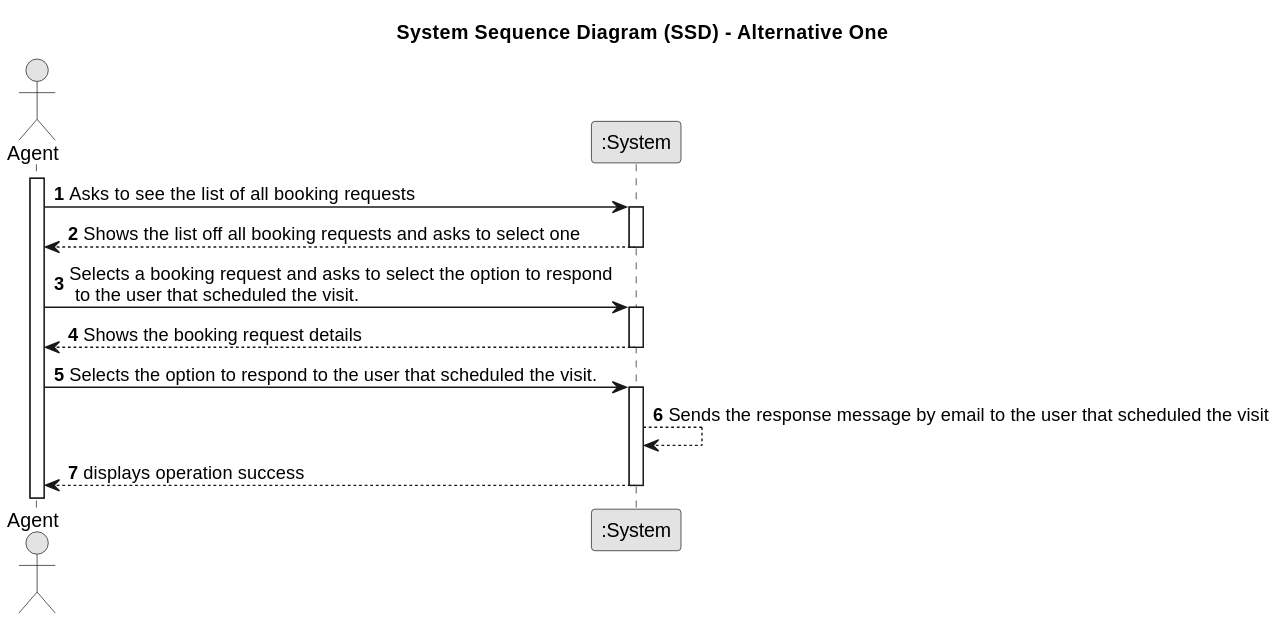
The PlantUML diagram docs/sprintD/us016/01.requirements-engineering/svg/us016-system-sequence-diagram.svg in 1220812/LAPR2, before a commit. Its diagram source:
```plantuml
@startuml
skinparam monochrome true
skinparam packageStyle rectangle
skinparam shadowing false

title System Sequence Diagram (SSD) - Alternative One

autonumber

actor "Agent" as Employee
participant ":System" as System

activate Employee

    Employee -> System : Asks to see the list of all booking requests

    activate System

    System --> Employee : Shows the list off all booking requests and asks to select one

    deactivate System

    Employee -> System : Selects a booking request and asks to select the option to respond\n to the user that scheduled the visit.

    activate System

    System --> Employee : Shows the booking request details

    deactivate System

    Employee -> System : Selects the option to respond to the user that scheduled the visit.
    activate System

    System --> System : Sends the response message by email to the user that scheduled the visit

    System --> Employee : displays operation success

    deactivate System
@enduml
```
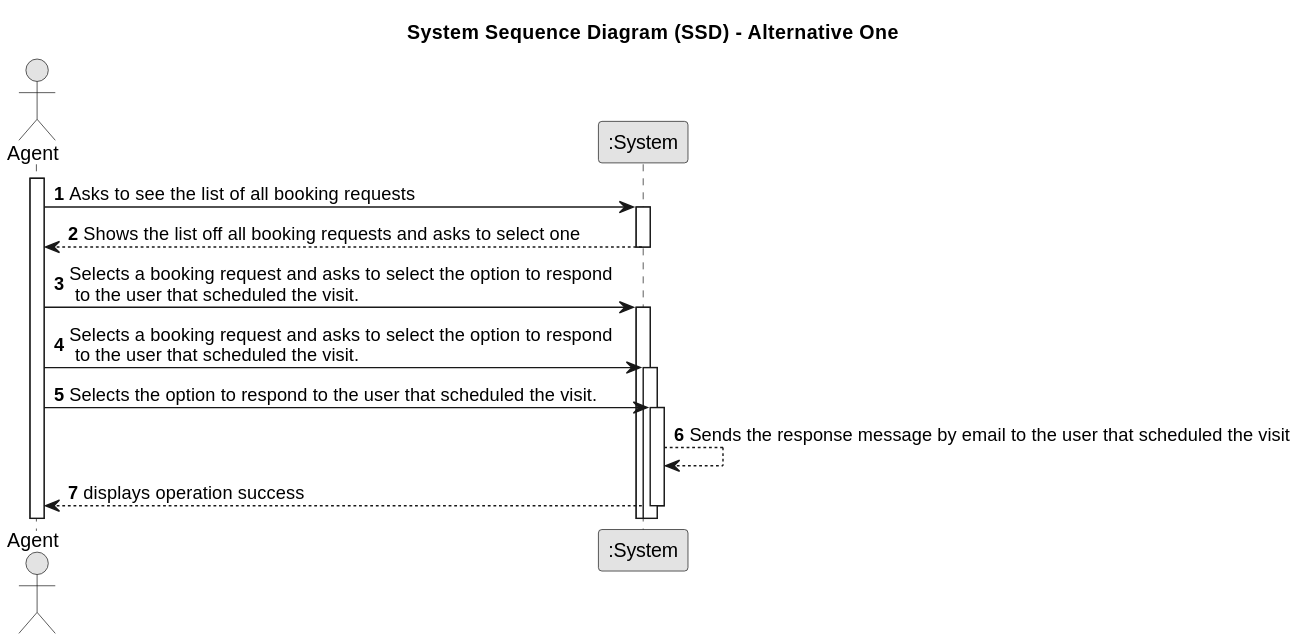
Later version of the same file.

Commit message:
US016- Corrected the system sequence diagram and domain model. Completed the Read Me's.

What changed in the source:
```diff
@@ -24,11 +24,12 @@
 
     activate System
 
-    System --> Employee : Shows the booking request details
+     Employee -> System : Selects a booking request and asks to select the option to respond\n to the user that scheduled the visit.
 
-    deactivate System
+     activate System
 
     Employee -> System : Selects the option to respond to the user that scheduled the visit.
+
     activate System
 
     System --> System : Sends the response message by email to the user that scheduled the visit
```
